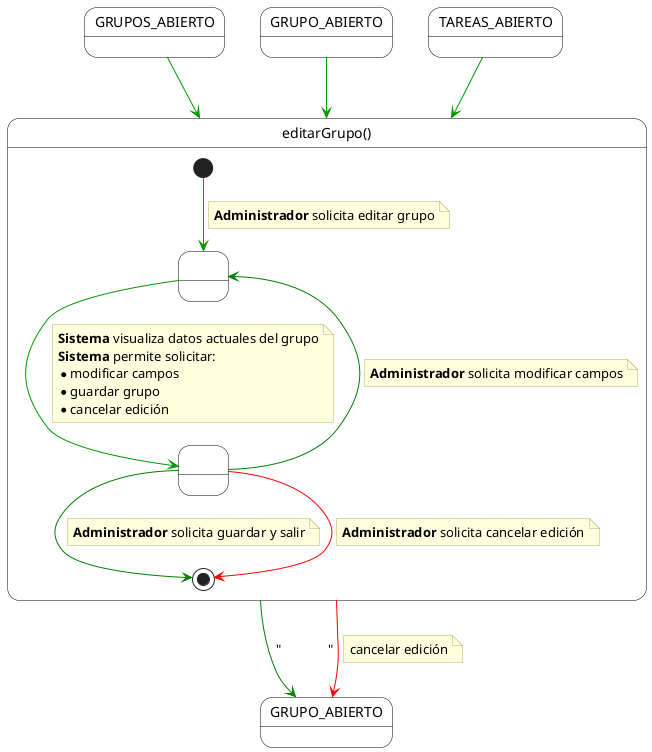
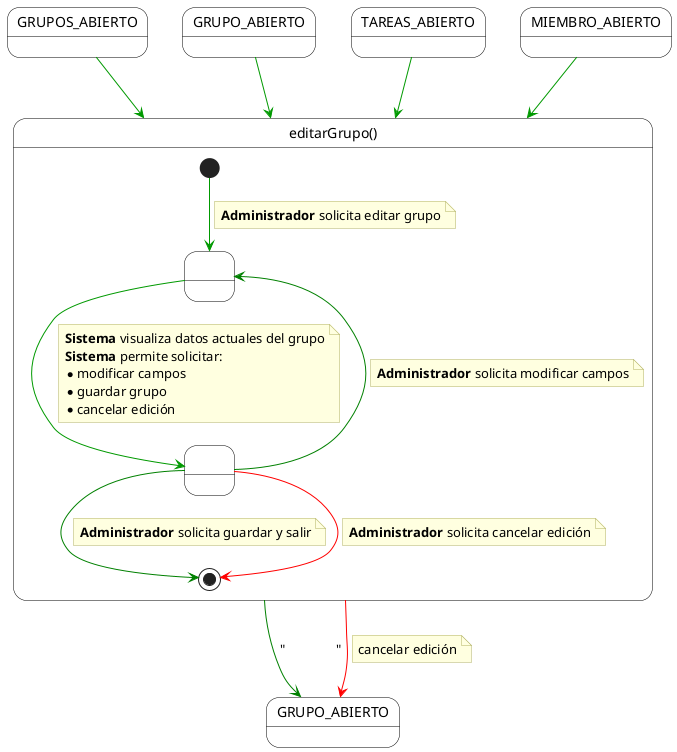
- @startuml
- ' Configuración visual
+ @startuml editarGrupo
skinparam monochrome false
skinparam shadow false
top to bottom direction

skinparam state {
    BackgroundColor White
    BorderColor Black
    ArrowColor #009900
    StartColor Black
    EndColor Black
}

skinparam note {
    BackgroundColor #FFFFE0
    BorderColor #B0B060
    FontName Arial
}

- ' Estados externos de entrada
- state GRUPOS_ABIERTO
- state GRUPO_ABIERTO
- state TAREAS_ABIERTO
+ state "GRUPOS_ABIERTO" as InicioLista
+ state "GRUPO_ABIERTO" as InicioDetalle
+ state "TAREAS_ABIERTO" as InicioTareas
+ state "MIEMBRO_ABIERTO" as InicioMiembros

- ' Estado compuesto principal
state "editarGrupo()" as EditarGrupoContainer {

    state " " as EstadoPreVisualizacion
    state " " as EstadoDecision

    [*] --> EstadoPreVisualizacion
    note on link
        **Administrador** solicita editar grupo
    end note

    EstadoPreVisualizacion --> EstadoDecision
    note on link
        **Sistema** visualiza datos actuales del grupo
        **Sistema** permite solicitar:
        * modificar campos
        * guardar grupo
        * cancelar edición
    end note

-     ' Bucle
    EstadoDecision -[#green]up-> EstadoPreVisualizacion
    note on link
        **Administrador** solicita modificar campos
    end note

-     ' Salidas internas
    EstadoDecision -[#green]down-> [*]
    note on link
        **Administrador** solicita guardar y salir
    end note

    EstadoDecision -[#red]down-> [*]
    note on link
        **Administrador** solicita cancelar edición
    end note
}

- ' Estado final externo
state "GRUPO_ABIERTO" as GrupoAbiertoFinal

- ' --- TRANSICIONES EXTERNAS ---
+ InicioLista --> EditarGrupoContainer
+ InicioDetalle --> EditarGrupoContainer
+ InicioTareas --> EditarGrupoContainer
+ InicioMiembros --> EditarGrupoContainer

- GRUPOS_ABIERTO --> EditarGrupoContainer
- GRUPO_ABIERTO --> EditarGrupoContainer
- TAREAS_ABIERTO --> EditarGrupoContainer
+ EditarGrupoContainer -[#green]-> GrupoAbiertoFinal : "               "

- ' --- SALIDAS HACIA GRUPO_ABIERTO ---
- 
- ' 1. Salida de Éxito (Verde)
- ' TRUCO: Añadimos comillas con espacios vacíos para forzar la separación visual
- EditarGrupoContainer -[#green]-> GrupoAbiertoFinal : "              "
- 
- ' 2. Salida de Cancelación (Rojo)
EditarGrupoContainer -[#red]-> GrupoAbiertoFinal
note on link
    cancelar edición
end note

@enduml